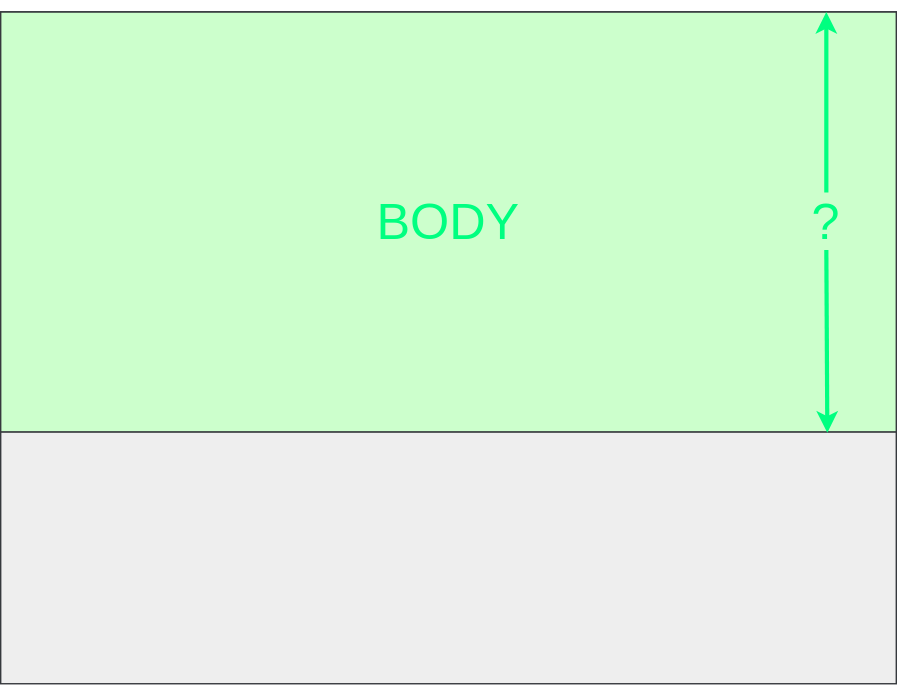
This is images/20241128193923.drawio.svg from tsuyuni/t-browser, a draw.io export, as it was before one commit. Source tidied: cells renumbered, new cells last; positions are measured from the earlier drawing's top-left corner, leaving out a move shared by most shapes.
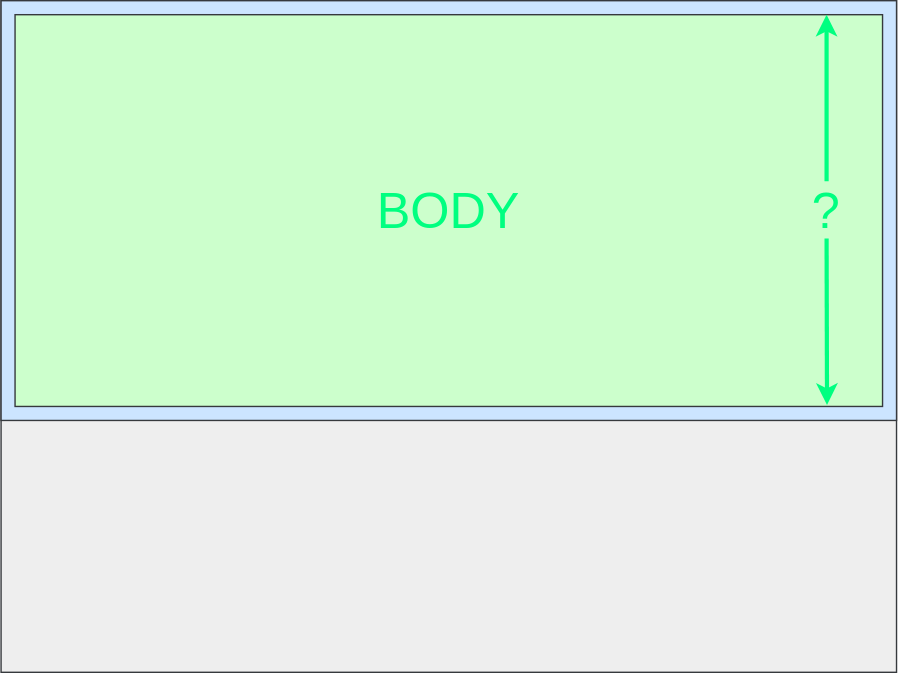
The same diagram one commit later.

What changed in the source:
```diff
@@ -11,28 +11,18 @@
     <mxCell id="4" value="&lt;font style=&quot;font-size: 36px;&quot;&gt;HTML&lt;/font&gt;" style="text;strokeColor=none;align=center;fillColor=none;html=1;verticalAlign=middle;whiteSpace=wrap;rounded=0;fontSize=18;fontColor=#99CCFF;" parent="1" vertex="1">
       <mxGeometry x="290" y="135" width="60" height="30" as="geometry" />
     </mxCell>
-    <mxCell id="5" style="edgeStyle=none;html=1;fontSize=36;fontColor=#99CCFF;exitX=0.5;exitY=1;exitDx=0;exitDy=5;exitPerimeter=0;strokeColor=#99CCFF;strokeWidth=3;" parent="1" edge="1" source="7">
-      <mxGeometry relative="1" as="geometry">
-        <mxPoint x="590" y="300" as="targetPoint" />
-      </mxGeometry>
-    </mxCell>
-    <mxCell id="6" style="edgeStyle=none;html=1;fontSize=36;fontColor=#99CCFF;exitX=0.5;exitY=0;exitDx=0;exitDy=-6;exitPerimeter=0;strokeColor=#99CCFF;strokeWidth=3;" parent="1" edge="1" source="7">
-      <mxGeometry relative="1" as="geometry">
-        <mxPoint x="590" as="targetPoint" />
-      </mxGeometry>
-    </mxCell>
     <mxCell id="7" value="?&lt;br&gt;" style="text;strokeColor=none;align=center;fillColor=none;html=1;verticalAlign=middle;whiteSpace=wrap;rounded=0;fontSize=36;fontColor=#99CCFF;points=[[0,0,0,0,0],[0,0.23,0,0,0],[0,0.5,0,0,0],[0,0.77,0,0,0],[0,1,0,0,0],[0.25,0,0,0,0],[0.25,1,0,0,0],[0.5,0,0,0,-6],[0.5,1,0,0,5],[0.75,0,0,0,0],[0.75,1,0,0,0],[1,0,0,0,0],[1,0.27,0,0,0],[1,0.5,0,0,0],[1,0.77,0,0,0],[1,1,0,0,0]];" parent="1" vertex="1">
       <mxGeometry x="560" y="135" width="60" height="30" as="geometry" />
     </mxCell>
     <mxCell id="8" style="whiteSpace=wrap;html=1;fillColor=#CCFFCC;strokeColor=#36393d;" parent="1" vertex="1">
-      <mxGeometry width="640" height="300" as="geometry" />
+      <mxGeometry x="10" y="10" width="620" height="280" as="geometry" />
     </mxCell>
-    <mxCell id="9" style="edgeStyle=none;html=1;exitX=0.5;exitY=1;exitDx=0;exitDy=5;exitPerimeter=0;entryX=0.923;entryY=1.002;entryDx=0;entryDy=0;entryPerimeter=0;fontColor=#00FF80;strokeColor=#00FF80;strokeWidth=3;" parent="1" edge="1" source="11" target="8">
+    <mxCell id="9" style="edgeStyle=none;html=1;exitX=0.5;exitY=1;exitDx=0;exitDy=5;exitPerimeter=0;entryX=0.936;entryY=0.996;entryDx=0;entryDy=0;entryPerimeter=0;fontColor=#00FF80;strokeColor=#00FF80;strokeWidth=3;" parent="1" edge="1" source="11" target="8">
       <mxGeometry relative="1" as="geometry" />
     </mxCell>
     <mxCell id="10" style="edgeStyle=none;html=1;exitX=0.5;exitY=0;exitDx=0;exitDy=-6;exitPerimeter=0;fontColor=#00FF80;strokeColor=#00FF80;strokeWidth=3;" parent="1" edge="1" source="11">
       <mxGeometry relative="1" as="geometry">
-        <mxPoint x="590" as="targetPoint" />
+        <mxPoint x="590" y="10" as="targetPoint" />
       </mxGeometry>
     </mxCell>
     <mxCell id="11" value="?&lt;br&gt;" style="text;strokeColor=none;align=center;fillColor=none;html=1;verticalAlign=middle;whiteSpace=wrap;rounded=0;fontSize=36;fontColor=#00FF80;points=[[0,0,0,0,0],[0,0.23,0,0,0],[0,0.5,0,0,0],[0,0.77,0,0,0],[0,1,0,0,0],[0.25,0,0,0,0],[0.25,1,0,0,0],[0.5,0,0,0,-6],[0.5,1,0,0,5],[0.75,0,0,0,0],[0.75,1,0,0,0],[1,0,0,0,0],[1,0.27,0,0,0],[1,0.5,0,0,0],[1,0.77,0,0,0],[1,1,0,0,0]];" parent="1" vertex="1">
```
